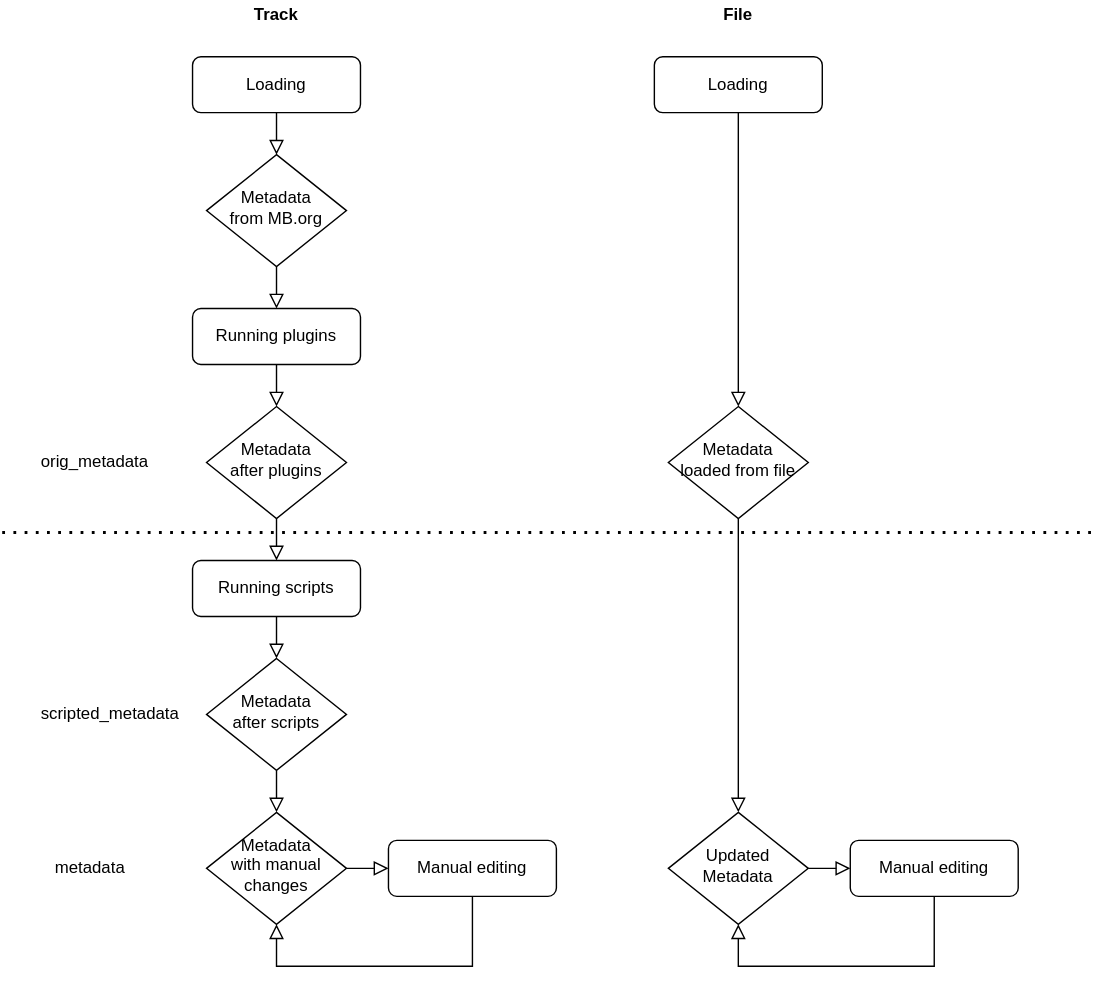
phw/picard-diagrams keeps this draw.io diagram as picard-load-metadata.svg. Above is the earlier version. Source tidied: cells renumbered, new cells last; positions are measured from the earlier drawing's top-left corner, leaving out a move shared by most shapes.
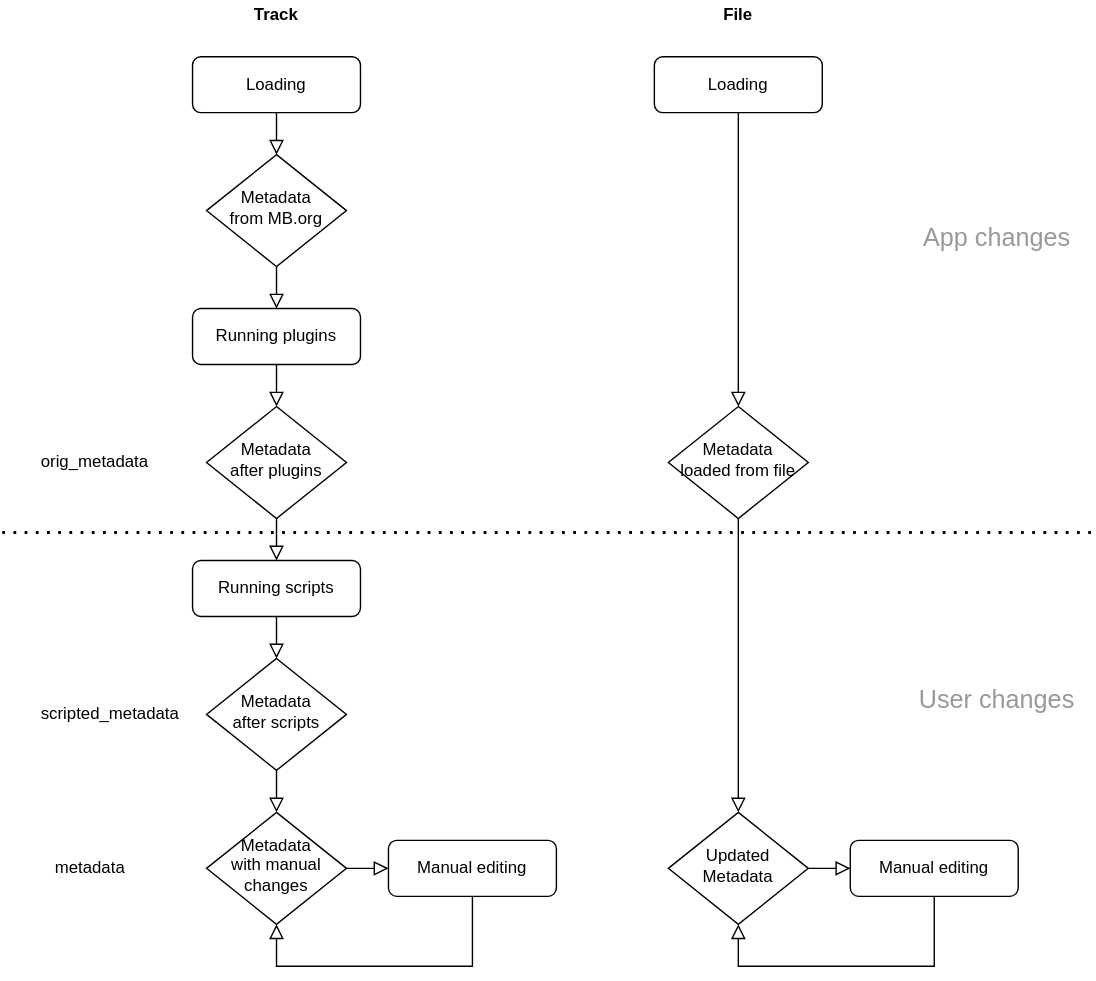
After the change.

What changed in the source:
```diff
@@ -105,5 +105,11 @@
         </Array>
       </mxGeometry>
     </mxCell>
+    <mxCell id="32" value="App changes" style="text;html=1;align=center;verticalAlign=middle;whiteSpace=wrap;rounded=0;rotation=0;direction=east;fontSize=18;fontColor=#999999;" parent="1" vertex="1">
+      <mxGeometry x="646" y="160" width="130" height="20" as="geometry" />
+    </mxCell>
+    <mxCell id="33" value="&lt;div style=&quot;font-size: 18px;&quot;&gt;User changes&lt;/div&gt;" style="text;html=1;strokeColor=none;fillColor=none;align=center;verticalAlign=middle;whiteSpace=wrap;rounded=0;rotation=0;direction=east;fontSize=18;fontColor=#999999;" parent="1" vertex="1">
+      <mxGeometry x="646" y="490" width="130" height="20" as="geometry" />
+    </mxCell>
   </root>
 </mxGraphModel>
```
